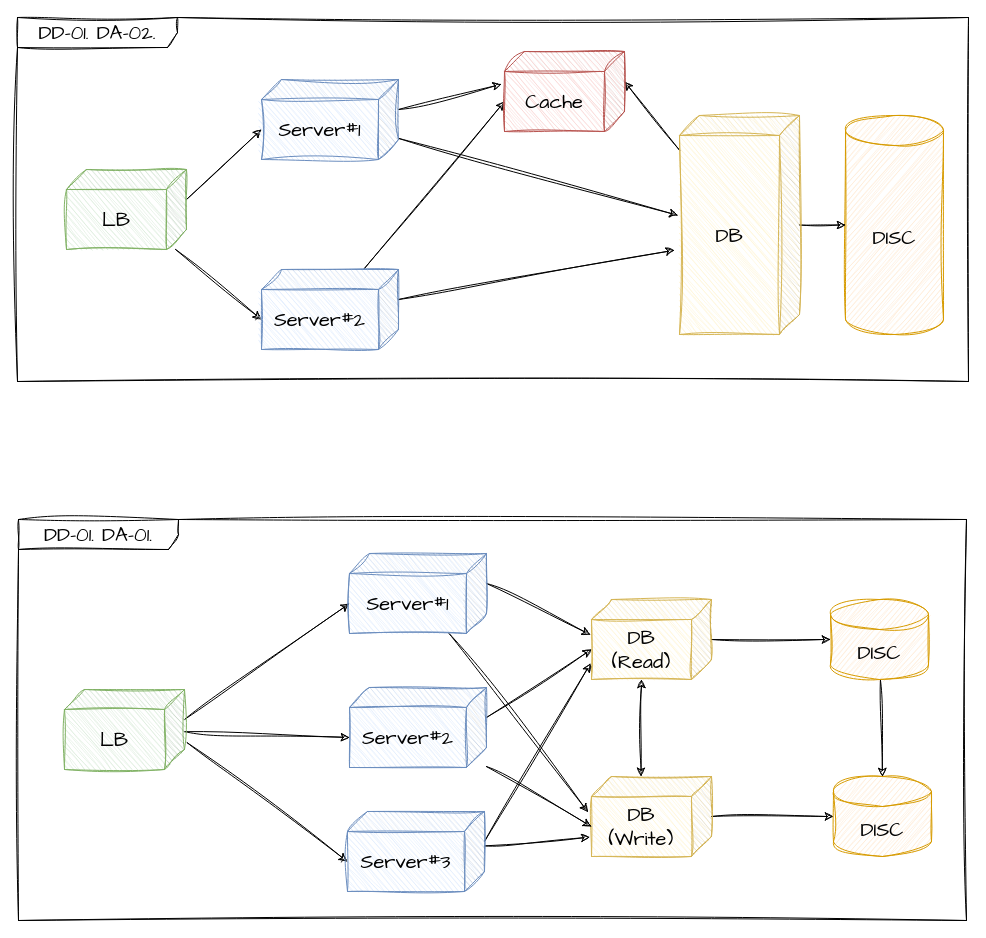
Before: DD/DD01.drawio in coldmu/aa_exam, a draw.io diagram. Source tidied: cells renumbered, new cells numbered last; positions are measured from the earlier drawing's top-left corner, leaving out a move shared by most shapes. Both pictures are drawn from the tidied source at 100%, with x=0, y=0 at pixel (17, 17).
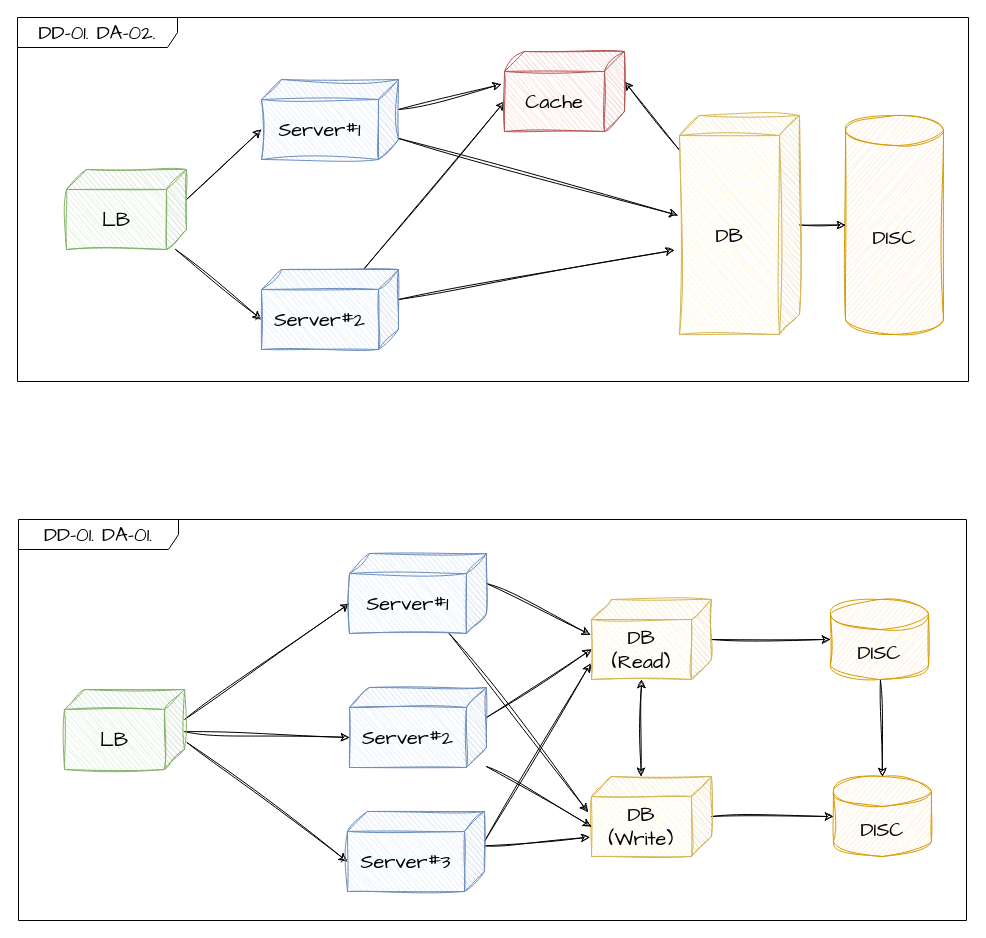
The same diagram, later.

Change to the diagram source:
```diff
@@
-    <mxCell id="2" value="DD-01. DA-01." style="shape=umlFrame;whiteSpace=wrap;html=1;width=160;sketch=1;hachureGap=4;jiggle=2;curveFitting=1;fontFamily=Architects Daughter;fontSize=20;" parent="1" vertex="1">
+    <mxCell id="2" value="DD-01. DA-01." style="shape=umlFrame;whiteSpace=wrap;html=1;width=160;hachureGap=4;fontFamily=Architects Daughter;fontSize=20;" parent="1" vertex="1">
       <mxGeometry x="1" y="502" width="948" height="401" as="geometry" />
     </mxCell>
@@
-    <mxCell id="24" value="DD-01. DA-02." style="shape=umlFrame;whiteSpace=wrap;html=1;width=160;sketch=1;hachureGap=4;jiggle=2;curveFitting=1;fontFamily=Architects Daughter;fontSize=20;" parent="1" vertex="1">
+    <mxCell id="24" value="DD-01. DA-02." style="shape=umlFrame;whiteSpace=wrap;html=1;width=160;hachureGap=4;fontFamily=Architects Daughter;fontSize=20;" parent="1" vertex="1">
       <mxGeometry width="951" height="364" as="geometry" />
     </mxCell>
```
